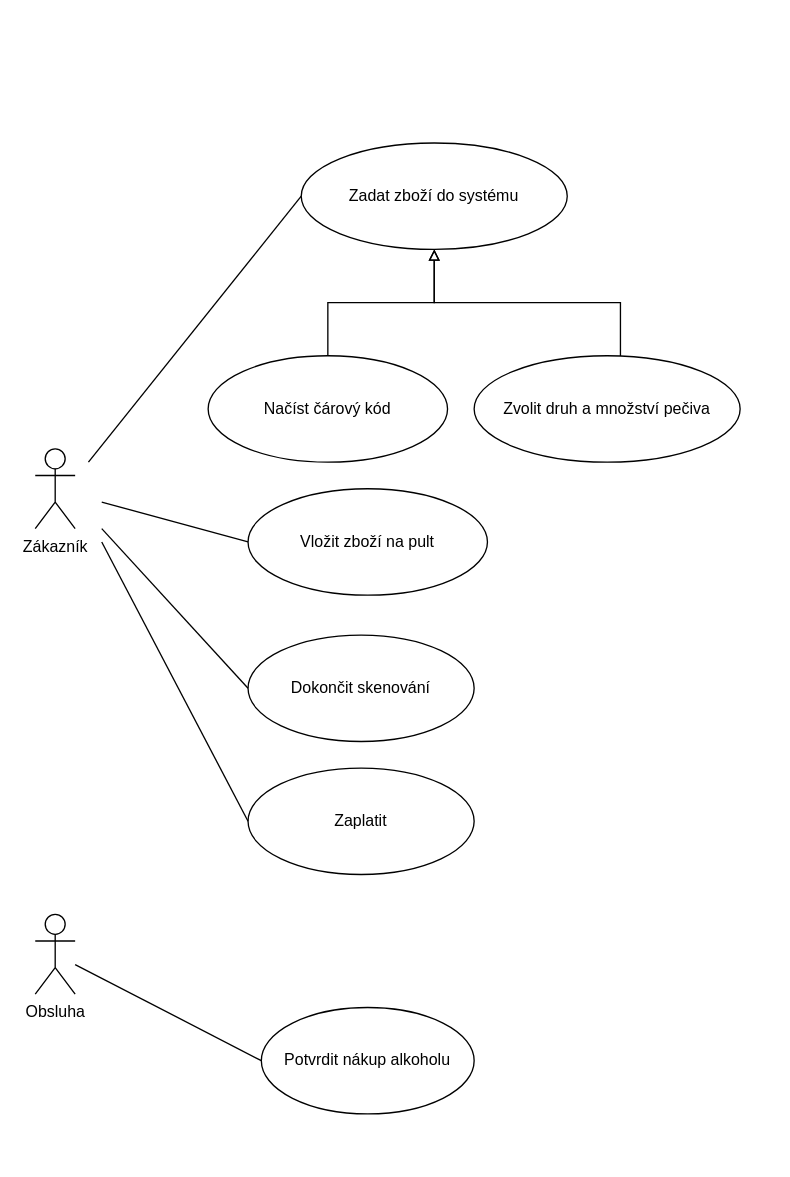
CernyDavid/diagrams.net keeps this draw.io diagram as pokladna.drawio. Above is the earlier version. Source tidied: cells renumbered, new cells numbered last; positions are measured from the earlier drawing's top-left corner, leaving out a move shared by most shapes. Both pictures are drawn from the tidied source at 133%, with x=0, y=0 at pixel (35, 142).
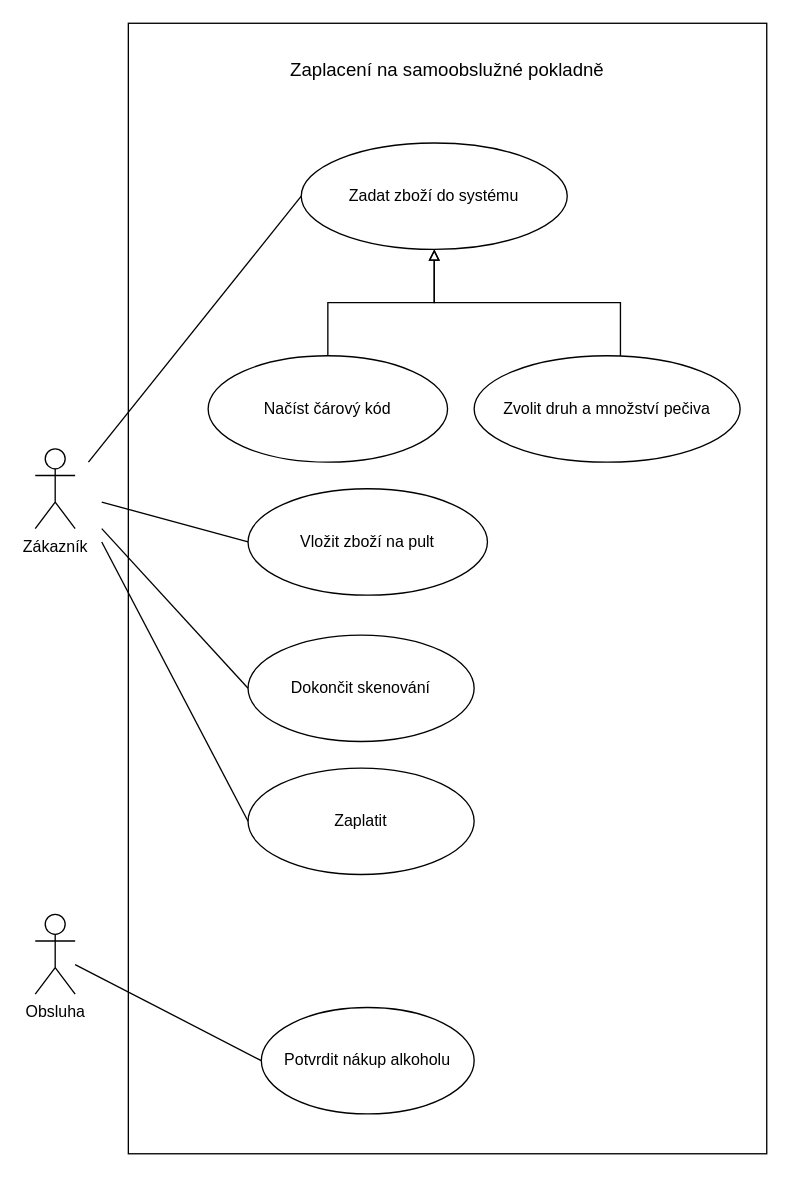
The same diagram, later.

Change to the diagram source:
```diff
@@
+    <mxCell id="18" style="rounded=0;whiteSpace=wrap;html=1;fillColor=none;" parent="1" vertex="1">
+      <mxGeometry x="70" y="-90" width="480" height="850" as="geometry" />
+    </mxCell>
+    <mxCell id="19" value="Zaplacení na samoobslužné pokladně" style="text;html=1;strokeColor=none;fillColor=none;align=center;verticalAlign=middle;whiteSpace=wrap;rounded=0;fontStyle=0;fontSize=14;" parent="1" vertex="1">
+      <mxGeometry x="190" y="-70" width="240" height="30" as="geometry" />
+    </mxCell>
```
